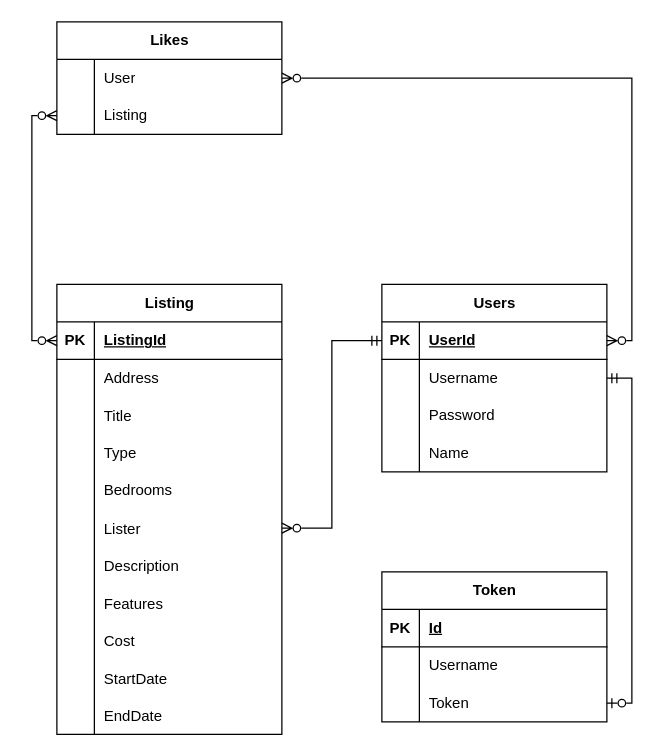
Before: database_schema.drawio in ColinHermack/PeteBNB, a draw.io diagram. Source tidied: cells renumbered, new cells numbered last; positions are measured from the earlier drawing's top-left corner, leaving out a move shared by most shapes. Both pictures are drawn from the tidied source at 125%, with x=0, y=0 at pixel (56, 21).
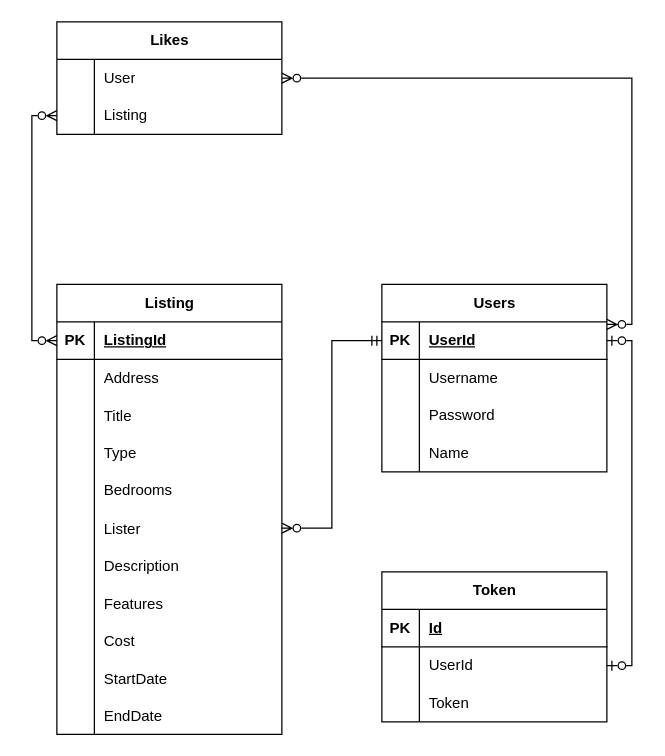
The same diagram, later.

Unchanged cells that the change refers to:
```xml
<mxCell id="37" style="shape=tableRow;horizontal=0;startSize=0;swimlaneHead=0;swimlaneBody=0;fillColor=none;points=[[0,0.5],[1,0.5]];portConstraint=eastwest;top=0;left=0;right=0;bottom=1;" parent="36" vertex="1">
  <mxGeometry y="30" width="180" height="30" as="geometry" />
</mxCell>
<mxCell id="40" style="shape=tableRow;horizontal=0;startSize=0;swimlaneHead=0;swimlaneBody=0;fillColor=none;points=[[0,0.5],[1,0.5]];portConstraint=eastwest;top=0;left=0;right=0;bottom=0;" parent="36" vertex="1">
  <mxGeometry y="60" width="180" height="30" as="geometry" />
</mxCell>
<mxCell id="54" style="shape=tableRow;horizontal=0;startSize=0;swimlaneHead=0;swimlaneBody=0;fillColor=none;points=[[0,0.5],[1,0.5]];portConstraint=eastwest;top=0;left=0;right=0;bottom=0;" parent="50" vertex="1">
  <mxGeometry y="60" width="180" height="30" as="geometry" />
</mxCell>
<mxCell id="57" style="shape=tableRow;horizontal=0;startSize=0;swimlaneHead=0;swimlaneBody=0;fillColor=none;points=[[0,0.5],[1,0.5]];portConstraint=eastwest;top=0;left=0;right=0;bottom=0;" parent="50" vertex="1">
  <mxGeometry y="90" width="180" height="30" as="geometry" />
</mxCell>
<mxCell id="62" style="shape=tableRow;horizontal=0;startSize=0;swimlaneHead=0;swimlaneBody=0;fillColor=none;points=[[0,0.5],[1,0.5]];portConstraint=eastwest;top=0;left=0;right=0;bottom=0;" parent="61" vertex="1">
  <mxGeometry y="30" width="180" height="30" as="geometry" />
</mxCell>
```

Diff of the diagram source:
```diff
@@
-    <mxCell id="56" value="Username" style="shape=partialRectangle;fillColor=none;top=0;left=0;bottom=0;right=0;align=left;spacingLeft=6;overflow=hidden;whiteSpace=wrap;html=1;" parent="54" vertex="1">
+    <mxCell id="56" value="UserId" style="shape=partialRectangle;fillColor=none;top=0;left=0;bottom=0;right=0;align=left;spacingLeft=6;overflow=hidden;whiteSpace=wrap;html=1;" parent="54" vertex="1">
       <mxGeometry x="30" width="150" height="30" as="geometry" />
     </mxCell>
@@
-    <mxCell id="60" style="edgeStyle=orthogonalEdgeStyle;rounded=0;jettySize=auto;html=1;exitX=1;exitY=0.5;exitDx=0;exitDy=0;entryX=1;entryY=0.5;entryDx=0;entryDy=0;startArrow=ERzeroToOne;startFill=0;endArrow=ERmandOne;endFill=0;" parent="1" edge="1" source="57" target="40">
-      <mxGeometry relative="1" as="geometry" />
-    </mxCell>
@@
-    <mxCell id="69" style="edgeStyle=orthogonalEdgeStyle;rounded=0;jettySize=auto;html=1;exitX=1;exitY=0.5;exitDx=0;exitDy=0;entryX=1;entryY=0.5;entryDx=0;entryDy=0;endArrow=ERzeroToMany;endFill=0;startArrow=ERzeroToMany;startFill=0;" parent="1" edge="1" source="62" target="37">
+    <mxCell id="69" style="edgeStyle=orthogonalEdgeStyle;rounded=0;jettySize=auto;html=1;exitX=1;exitY=0.5;exitDx=0;exitDy=0;entryX=1;entryY=0.067;entryDx=0;entryDy=0;entryPerimeter=0;endArrow=ERzeroToMany;endFill=0;startArrow=ERzeroToMany;startFill=0;" parent="1" edge="1" source="62" target="37">
       <mxGeometry relative="1" as="geometry" />
     </mxCell>
+    <mxCell id="70" style="edgeStyle=orthogonalEdgeStyle;rounded=0;jettySize=auto;html=1;exitX=1;exitY=0.5;exitDx=0;exitDy=0;entryX=1;entryY=0.5;entryDx=0;entryDy=0;endArrow=ERzeroToOne;endFill=0;startArrow=ERzeroToOne;startFill=0;" parent="1" edge="1" source="37" target="54">
+      <mxGeometry relative="1" as="geometry" />
+    </mxCell>
```
